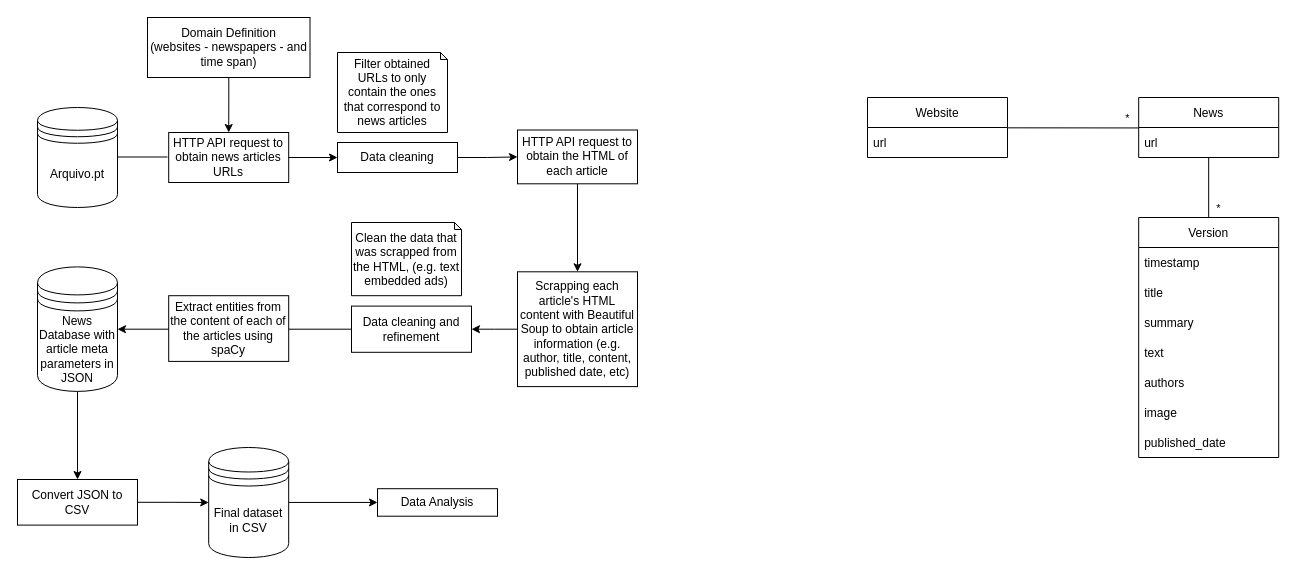
The draw.io diagram docs/pipeline.drawio in TsarkFC/pri-proj, before the edit. Source tidied: cells renumbered, new cells numbered last; positions are measured from the earlier drawing's top-left corner, leaving out a move shared by most shapes. Both pictures are drawn from the tidied source at 100%, with x=0, y=0 at pixel (17, 17).
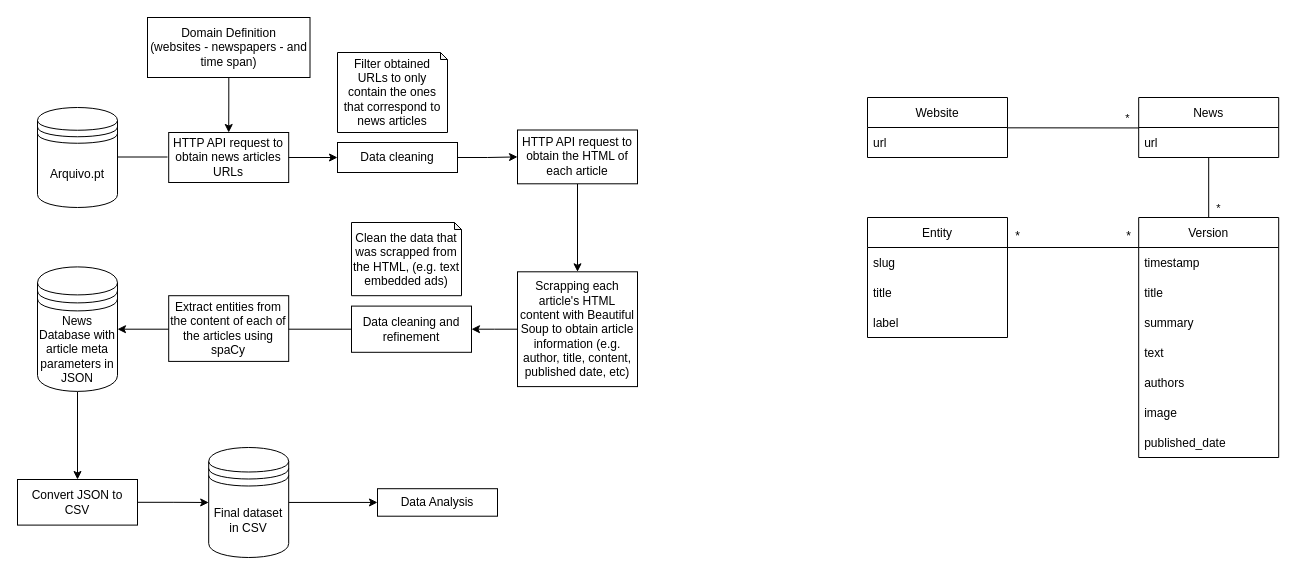
The same diagram, later.

Commit message:
Added spaCy to conceptual model

Unchanged cells that the change refers to:
```xml
<mxCell id="23" value="timestamp" style="text;strokeColor=none;fillColor=none;align=left;verticalAlign=middle;spacingLeft=4;spacingRight=4;overflow=hidden;points=[[0,0.5],[1,0.5]];portConstraint=eastwest;" parent="22" vertex="1">
  <mxGeometry y="30" width="140" height="30" as="geometry" />
</mxCell>
```

Change to the diagram source:
```diff
@@
+    <mxCell id="42" value="Entity" style="swimlane;fontStyle=0;horizontal=1;startSize=30;" parent="1" vertex="1">
+      <mxGeometry x="850" y="200" width="140" height="120" as="geometry" />
+    </mxCell>
+    <mxCell id="43" value="slug" style="text;strokeColor=none;fillColor=none;align=left;verticalAlign=middle;spacingLeft=4;spacingRight=4;overflow=hidden;" parent="42" vertex="1">
+      <mxGeometry y="30" width="140" height="30" as="geometry" />
+    </mxCell>
+    <mxCell id="44" value="title" style="text;strokeColor=none;fillColor=none;align=left;verticalAlign=middle;spacingLeft=4;spacingRight=4;overflow=hidden;" parent="42" vertex="1">
+      <mxGeometry y="60" width="140" height="30" as="geometry" />
+    </mxCell>
+    <mxCell id="45" value="label" style="text;strokeColor=none;fillColor=none;align=left;verticalAlign=middle;spacingLeft=4;spacingRight=4;overflow=hidden;" parent="42" vertex="1">
+      <mxGeometry y="90" width="140" height="30" as="geometry" />
+    </mxCell>
+    <mxCell id="46" style="edgeStyle=orthogonalEdgeStyle;rounded=0;jettySize=auto;html=1;endArrow=none;endFill=0;" parent="1" edge="1" source="23">
+      <mxGeometry relative="1" as="geometry">
+        <mxPoint x="990" y="245" as="targetPoint" />
+        <Array as="points">
+          <mxPoint x="990" y="230" />
+        </Array>
+      </mxGeometry>
+    </mxCell>
+    <mxCell id="47" value="*" style="text;html=1;align=center;verticalAlign=middle;strokeColor=none;fillColor=none;" parent="1" vertex="1">
+      <mxGeometry x="1101.2" y="209.4" width="20" height="20" as="geometry" />
+    </mxCell>
+    <mxCell id="48" value="*" style="text;html=1;align=center;verticalAlign=middle;strokeColor=none;fillColor=none;" parent="1" vertex="1">
+      <mxGeometry x="990" y="209.4" width="20" height="20" as="geometry" />
+    </mxCell>
```
